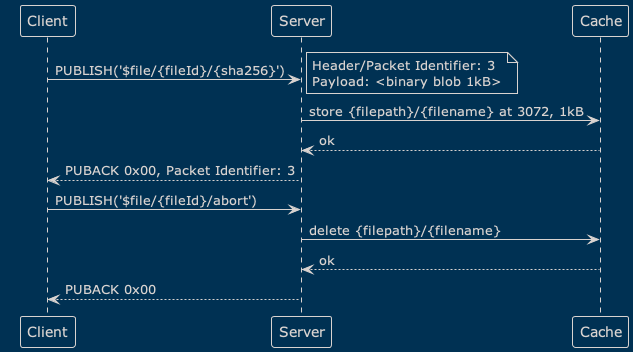
emqx/eip keeps this PlantUML diagram as active/0021-assets/flow-abort.png. Above is the earlier version.
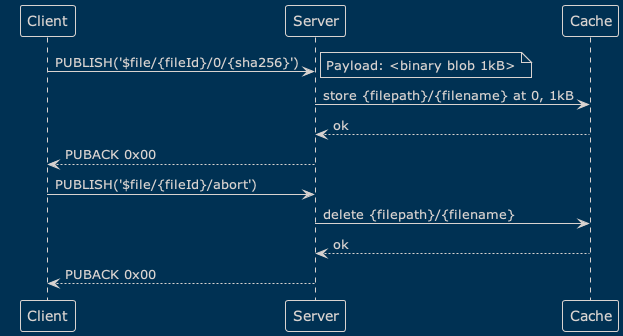
The same diagram one commit later.

Change to the diagram source:
```diff
@@ -1,13 +1,12 @@
 @startuml
 !theme blueprint
-Client -> Server: PUBLISH('$file/{fileId}/{sha256}')
+Client -> Server: PUBLISH('$file/{fileId}/0/{sha256}')
 note right
-Header/Packet Identifier: 3
 Payload: <binary blob 1kB>
 end note
-Server -> Cache: store {filepath}/{filename} at 3072, 1kB
+Server -> Cache: store {filepath}/{filename} at 0, 1kB
 Cache --> Server: ok
-Server --> Client: PUBACK 0x00, Packet Identifier: 3
+Server --> Client: PUBACK 0x00
 Client -> Server: PUBLISH('$file/{fileId}/abort')
 Server -> Cache: delete {filepath}/{filename}
 Cache --> Server: ok
```
